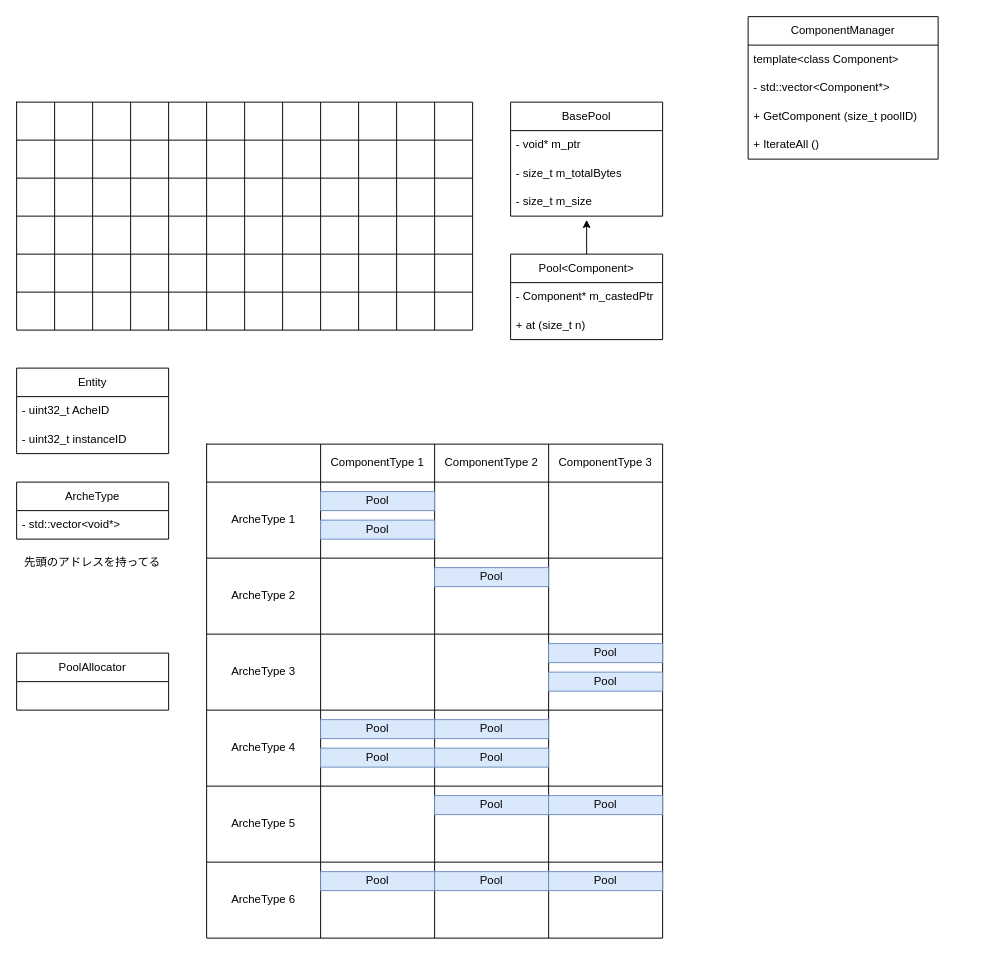
The draw.io diagram diagram.drawio in namo02268/Nameko, before the edit. Source tidied: cells renumbered, new cells numbered last; positions are measured from the earlier drawing's top-left corner, leaving out a move shared by most shapes. Both pictures are drawn from the tidied source at 95%, with x=0, y=0 at pixel (16, 16).
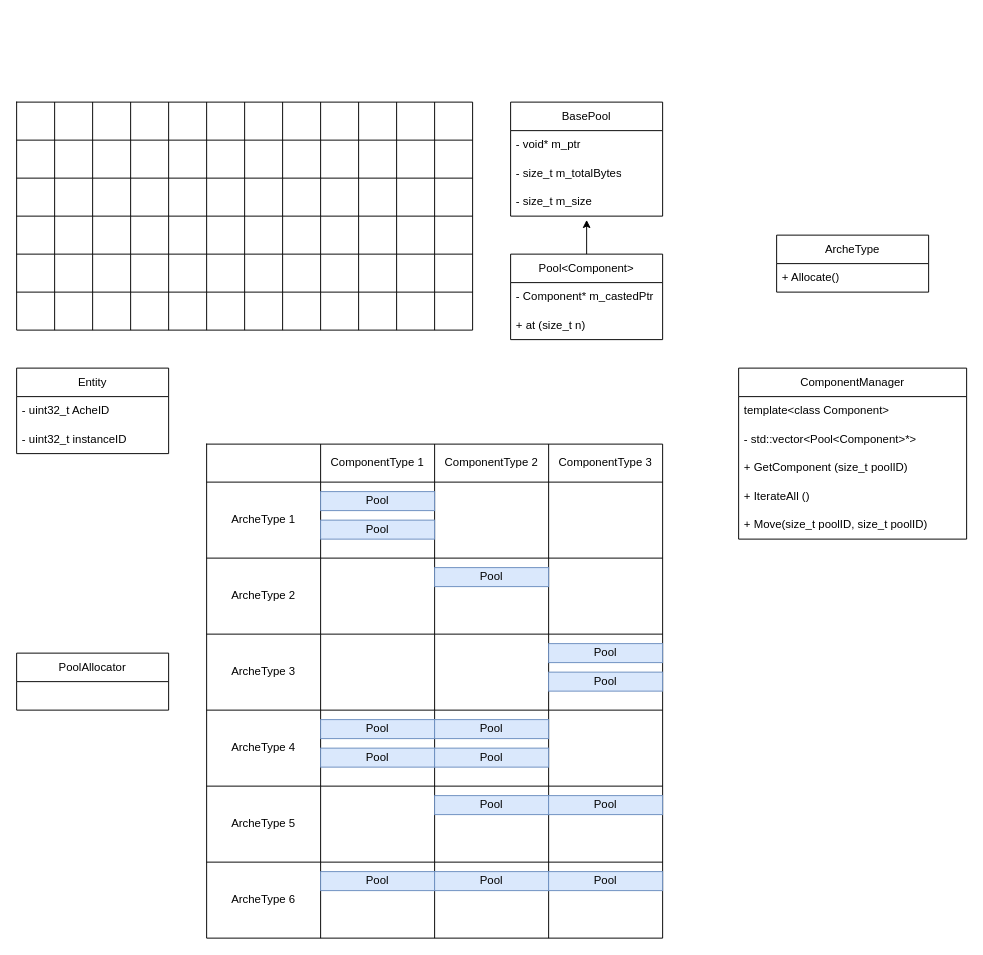
The same diagram, later.

The edit, as a diff of the source:
```diff
@@
     <mxCell id="121" value="ComponentManager" style="swimlane;fontStyle=0;horizontal=1;startSize=30;whiteSpace=wrap;html=1;" parent="1" vertex="1">
-      <mxGeometry x="770" width="200" height="150" as="geometry" />
+      <mxGeometry x="760" y="370" width="240" height="180" as="geometry" />
     </mxCell>
     <mxCell id="122" value="template&amp;lt;class Component&amp;gt;" style="text;strokeColor=none;fillColor=none;align=left;verticalAlign=middle;spacingLeft=4;spacingRight=4;overflow=hidden;whiteSpace=wrap;html=1;" parent="121" vertex="1">
-      <mxGeometry y="30" width="200" height="30" as="geometry" />
+      <mxGeometry y="30" width="240" height="30" as="geometry" />
     </mxCell>
-    <mxCell id="123" value="- std::vector&amp;lt;Component*&amp;gt;" style="text;strokeColor=none;fillColor=none;align=left;verticalAlign=middle;spacingLeft=4;spacingRight=4;overflow=hidden;whiteSpace=wrap;html=1;" parent="121" vertex="1">
-      <mxGeometry y="60" width="200" height="30" as="geometry" />
+    <mxCell id="123" value="- std::vector&amp;lt;Pool&amp;lt;Component&amp;gt;*&amp;gt;" style="text;strokeColor=none;fillColor=none;align=left;verticalAlign=middle;spacingLeft=4;spacingRight=4;overflow=hidden;whiteSpace=wrap;html=1;" parent="121" vertex="1">
+      <mxGeometry y="60" width="240" height="30" as="geometry" />
     </mxCell>
     <mxCell id="124" value="+ GetComponent (size_t poolID)" style="text;strokeColor=none;fillColor=none;align=left;verticalAlign=middle;spacingLeft=4;spacingRight=4;overflow=hidden;whiteSpace=wrap;html=1;" parent="121" vertex="1">
-      <mxGeometry y="90" width="200" height="30" as="geometry" />
+      <mxGeometry y="90" width="240" height="30" as="geometry" />
     </mxCell>
     <mxCell id="125" value="+ IterateAll ()" style="text;strokeColor=none;fillColor=none;align=left;verticalAlign=middle;spacingLeft=4;spacingRight=4;overflow=hidden;whiteSpace=wrap;html=1;" parent="121" vertex="1">
-      <mxGeometry y="120" width="200" height="30" as="geometry" />
+      <mxGeometry y="120" width="240" height="30" as="geometry" />
     </mxCell>
+    <mxCell id="151" value="+ Move(size_t poolID, size_t poolID)" style="text;strokeColor=none;fillColor=none;align=left;verticalAlign=middle;spacingLeft=4;spacingRight=4;overflow=hidden;whiteSpace=wrap;html=1;" parent="121" vertex="1">
+      <mxGeometry y="150" width="240" height="30" as="geometry" />
+    </mxCell>
     <mxCell id="126" value="ArcheType" style="swimlane;fontStyle=0;horizontal=1;startSize=30;whiteSpace=wrap;html=1;" parent="1" vertex="1">
-      <mxGeometry y="490" width="160" height="60" as="geometry" />
+      <mxGeometry x="800" y="230" width="160" height="60" as="geometry" />
     </mxCell>
-    <mxCell id="127" value="- std::vector&amp;lt;void*&amp;gt;" style="text;strokeColor=none;fillColor=none;align=left;verticalAlign=middle;spacingLeft=4;spacingRight=4;overflow=hidden;whiteSpace=wrap;html=1;" parent="126" vertex="1">
+    <mxCell id="127" value="+ Allocate()" style="text;strokeColor=none;fillColor=none;align=left;verticalAlign=middle;spacingLeft=4;spacingRight=4;overflow=hidden;whiteSpace=wrap;html=1;" parent="126" vertex="1">
       <mxGeometry y="30" width="160" height="30" as="geometry" />
     </mxCell>
@@
-    <mxCell id="146" value="先頭のアドレスを持ってる" style="text;html=1;strokeColor=none;fillColor=none;align=center;verticalAlign=middle;whiteSpace=wrap;rounded=0;" parent="1" vertex="1">
-      <mxGeometry y="560" width="160" height="30" as="geometry" />
-    </mxCell>
```
